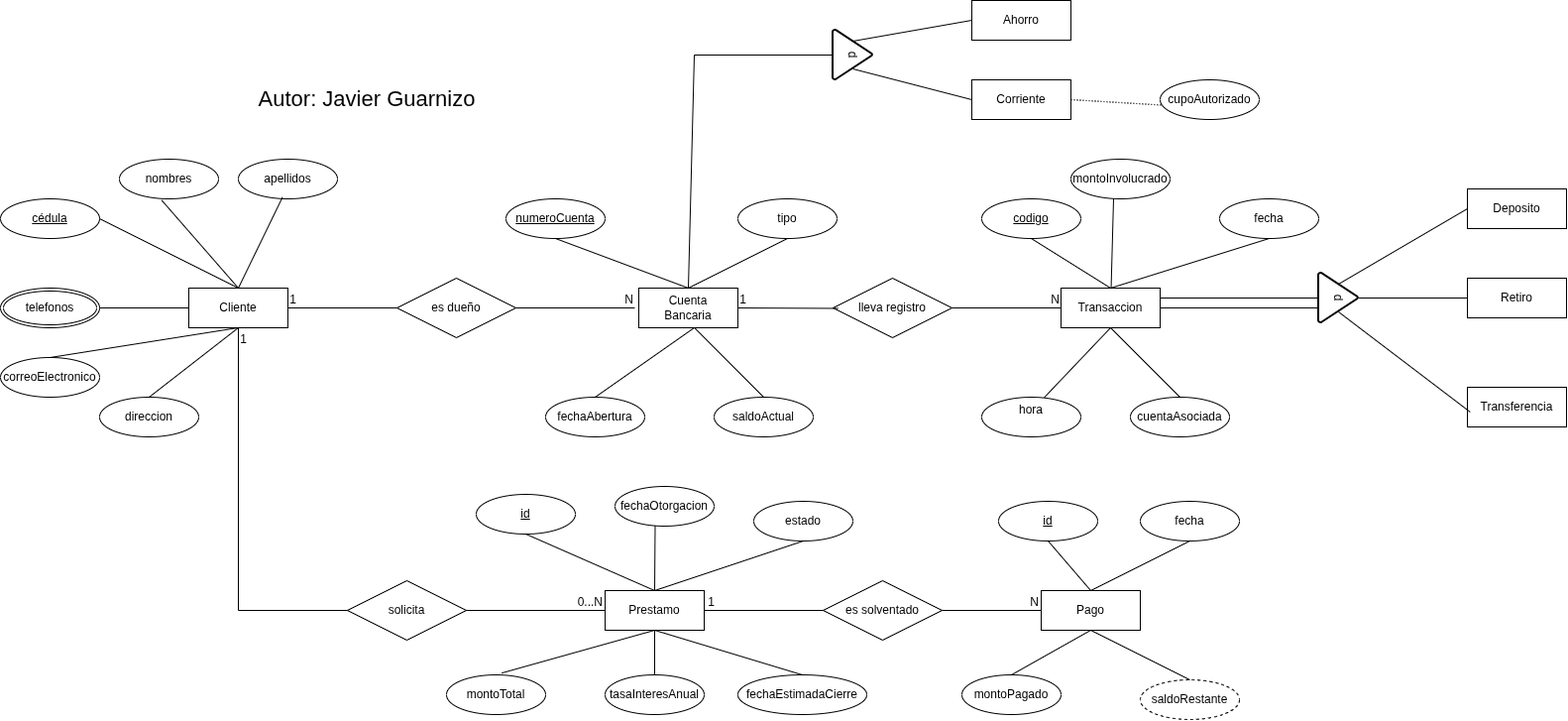
The draw.io diagram AA/EjerciciosEntidadRelación/ape1JavierGuarnizo.drawio.png in TheJavier37/Portafolio_Base_De_Datos, before a commit. Source tidied: cells renumbered, new cells last; positions are measured from the earlier drawing's top-left corner, leaving out a move shared by most shapes.
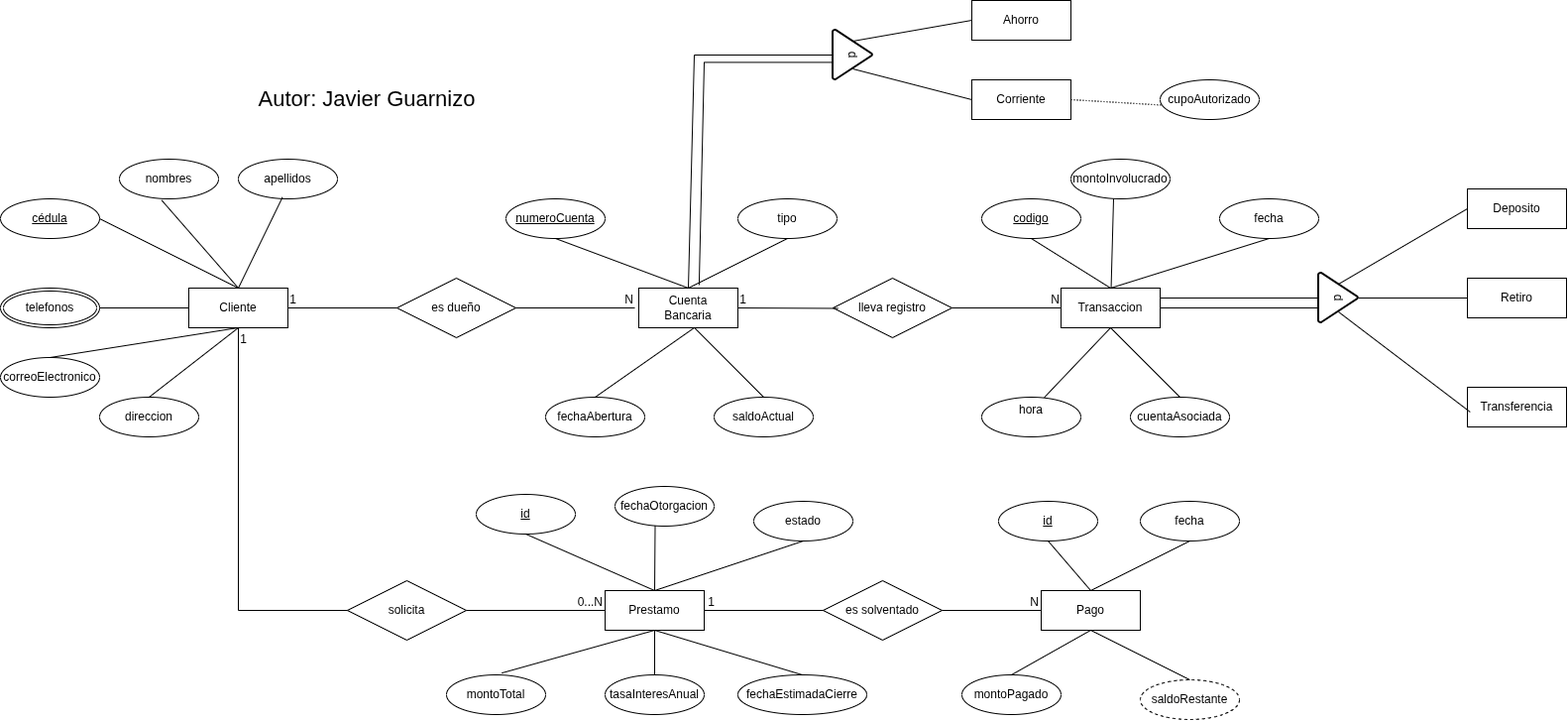
The same diagram one commit later.

Diff of the diagram source:
```diff
@@ -309,5 +309,12 @@
     <mxCell id="94" value="&lt;font style=&quot;font-size: 22px;&quot;&gt;Autor: Javier Guarnizo&lt;/font&gt;" style="text;html=1;whiteSpace=wrap;strokeColor=none;fillColor=none;align=center;verticalAlign=middle;rounded=0;" parent="1" vertex="1">
       <mxGeometry x="180" y="35" width="380" height="130" as="geometry" />
     </mxCell>
+    <mxCell id="95" style="endArrow=none;html=1;rounded=0;entryX=0.609;entryY=-0.078;entryDx=0;entryDy=0;entryPerimeter=0;exitX=0.648;exitY=0.999;exitDx=0;exitDy=0;exitPerimeter=0;" parent="1" edge="1" source="86" target="14">
+      <mxGeometry relative="1" as="geometry">
+        <Array as="points">
+          <mxPoint x="710" y="62.4" />
+        </Array>
+      </mxGeometry>
+    </mxCell>
   </root>
 </mxGraphModel>
```
